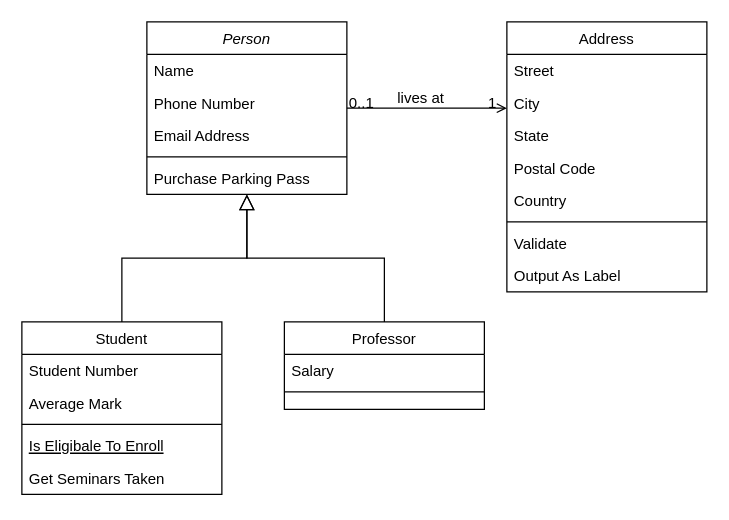
The draw.io diagram Untitled Diagram.drawio in nus-cs2113-AY2021S1/tp, before the edit. Source tidied: cells renumbered, new cells numbered last; positions are measured from the earlier drawing's top-left corner, leaving out a move shared by most shapes. Both pictures are drawn from the tidied source at 125%, with x=0, y=0 at pixel (21, 21).
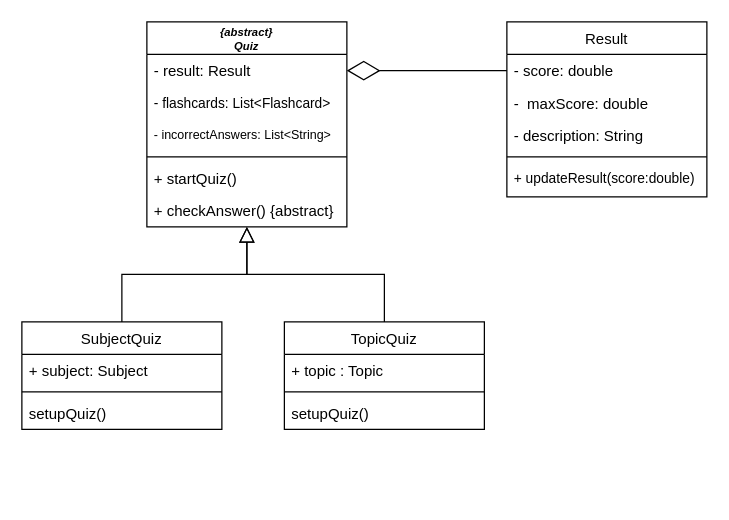
The same page after the edit.

What changed in the source:
```diff
@@
-    <mxCell id="2" value="Person" style="swimlane;fontStyle=2;align=center;verticalAlign=top;horizontal=1;startSize=26;rounded=0;shadow=0;strokeWidth=1;" parent="1" vertex="1">
-      <mxGeometry x="100" width="160" height="138" as="geometry" />
+    <mxCell id="2" value="{abstract}&#10;Quiz" style="swimlane;fontStyle=3;align=center;verticalAlign=top;horizontal=1;startSize=26;rounded=0;shadow=0;strokeWidth=1;fillColor=none;fontSize=9;whiteSpace=wrap;spacing=-1;" parent="1" vertex="1">
+      <mxGeometry x="100" width="160" height="164" as="geometry" />
     </mxCell>
-    <mxCell id="3" value="Name" style="text;align=left;verticalAlign=top;spacingLeft=4;spacingRight=4;overflow=hidden;points=[[0,0.5],[1,0.5]];portConstraint=eastwest;" parent="2" vertex="1">
+    <mxCell id="3" value="- result: Result" style="text;align=left;verticalAlign=top;spacingLeft=4;spacingRight=4;overflow=hidden;points=[[0,0.5],[1,0.5]];portConstraint=eastwest;" parent="2" vertex="1">
       <mxGeometry y="26" width="160" height="26" as="geometry" />
     </mxCell>
-    <mxCell id="4" value="Phone Number" style="text;align=left;verticalAlign=top;spacingLeft=4;spacingRight=4;overflow=hidden;rounded=0;shadow=0;html=0;" parent="2" vertex="1">
+    <mxCell id="4" value="- flashcards: List&lt;Flashcard&gt;" style="text;align=left;verticalAlign=top;spacingLeft=4;spacingRight=4;overflow=hidden;rounded=0;shadow=0;html=0;fontSize=11;" parent="2" vertex="1">
       <mxGeometry y="52" width="160" height="26" as="geometry" />
     </mxCell>
-    <mxCell id="5" value="Email Address" style="text;align=left;verticalAlign=top;spacingLeft=4;spacingRight=4;overflow=hidden;rounded=0;shadow=0;html=0;" parent="2" vertex="1">
+    <mxCell id="5" value="- incorrectAnswers: List&lt;String&gt;" style="text;align=left;verticalAlign=top;spacingLeft=4;spacingRight=4;overflow=hidden;rounded=0;shadow=0;html=0;fontSize=10;" parent="2" vertex="1">
       <mxGeometry y="78" width="160" height="26" as="geometry" />
     </mxCell>
@@
-    <mxCell id="7" value="Purchase Parking Pass" style="text;align=left;verticalAlign=top;spacingLeft=4;spacingRight=4;overflow=hidden;" parent="2" vertex="1">
+    <mxCell id="7" value="+ startQuiz()&#10;" style="text;align=left;verticalAlign=top;spacingLeft=4;spacingRight=4;overflow=hidden;" parent="2" vertex="1">
       <mxGeometry y="112" width="160" height="26" as="geometry" />
     </mxCell>
+    <mxCell id="32" value="+ checkAnswer() {abstract}&#10;" style="text;align=left;verticalAlign=top;spacingLeft=4;spacingRight=4;overflow=hidden;" parent="2" vertex="1">
+      <mxGeometry y="138" width="160" height="26" as="geometry" />
+    </mxCell>
-    <mxCell id="8" value="Student" style="swimlane;fontStyle=0;align=center;verticalAlign=top;horizontal=1;startSize=26;rounded=0;shadow=0;strokeWidth=1;" parent="1" vertex="1">
-      <mxGeometry y="240" width="160" height="138" as="geometry" />
+    <mxCell id="8" value="SubjectQuiz" style="swimlane;fontStyle=0;align=center;verticalAlign=top;horizontal=1;startSize=26;rounded=0;shadow=0;strokeWidth=1;" parent="1" vertex="1">
+      <mxGeometry y="240" width="160" height="86" as="geometry" />
     </mxCell>
-    <mxCell id="9" value="Student Number" style="text;align=left;verticalAlign=top;spacingLeft=4;spacingRight=4;overflow=hidden;" parent="8" vertex="1">
+    <mxCell id="9" value="+ subject: Subject" style="text;align=left;verticalAlign=top;spacingLeft=4;spacingRight=4;overflow=hidden;" parent="8" vertex="1">
       <mxGeometry y="26" width="160" height="26" as="geometry" />
     </mxCell>
-    <mxCell id="10" value="Average Mark" style="text;align=left;verticalAlign=top;spacingLeft=4;spacingRight=4;overflow=hidden;rounded=0;shadow=0;html=0;" parent="8" vertex="1">
-      <mxGeometry y="52" width="160" height="26" as="geometry" />
-    </mxCell>
     <mxCell id="11" style="line;html=1;strokeWidth=1;align=left;verticalAlign=middle;spacingTop=-1;spacingLeft=3;spacingRight=3;labelPosition=right;" parent="8" vertex="1">
-      <mxGeometry y="78" width="160" height="8" as="geometry" />
+      <mxGeometry y="52" width="160" height="8" as="geometry" />
     </mxCell>
-    <mxCell id="12" value="Is Eligibale To Enroll" style="text;align=left;verticalAlign=top;spacingLeft=4;spacingRight=4;overflow=hidden;fontStyle=4;" parent="8" vertex="1">
-      <mxGeometry y="86" width="160" height="26" as="geometry" />
-    </mxCell>
-    <mxCell id="13" value="Get Seminars Taken" style="text;align=left;verticalAlign=top;spacingLeft=4;spacingRight=4;overflow=hidden;" parent="8" vertex="1">
-      <mxGeometry y="112" width="160" height="26" as="geometry" />
+    <mxCell id="13" value="setupQuiz()" style="text;align=left;verticalAlign=top;spacingLeft=4;spacingRight=4;overflow=hidden;" parent="8" vertex="1">
+      <mxGeometry y="60" width="160" height="26" as="geometry" />
     </mxCell>
@@
-    <mxCell id="15" value="Professor" style="swimlane;fontStyle=0;align=center;verticalAlign=top;horizontal=1;startSize=26;rounded=0;shadow=0;strokeWidth=1;" parent="1" vertex="1">
-      <mxGeometry x="210" y="240" width="160" height="70" as="geometry" />
-    </mxCell>
-    <mxCell id="16" value="Salary" style="text;align=left;verticalAlign=top;spacingLeft=4;spacingRight=4;overflow=hidden;" parent="15" vertex="1">
-      <mxGeometry y="26" width="160" height="26" as="geometry" />
-    </mxCell>
-    <mxCell id="17" style="line;html=1;strokeWidth=1;align=left;verticalAlign=middle;spacingTop=-1;spacingLeft=3;spacingRight=3;labelPosition=right;" parent="15" vertex="1">
-      <mxGeometry y="52" width="160" height="8" as="geometry" />
-    </mxCell>
-    <mxCell id="18" style="endArrow=block;endSize=10;endFill=0;shadow=0;strokeWidth=1;rounded=0;edgeStyle=elbowEdgeStyle;elbow=vertical;" parent="1" edge="1" source="15" target="2">
+    <mxCell id="18" style="endArrow=block;endSize=10;endFill=0;shadow=0;strokeWidth=1;rounded=0;edgeStyle=elbowEdgeStyle;elbow=vertical;exitX=0.5;exitY=0;exitDx=0;exitDy=0;" parent="1" edge="1" source="33" target="2">
       <mxGeometry relative="1" as="geometry" />
     </mxCell>
-    <mxCell id="19" value="Address" style="swimlane;fontStyle=0;align=center;verticalAlign=top;horizontal=1;startSize=26;rounded=0;shadow=0;strokeWidth=1;" parent="1" vertex="1">
-      <mxGeometry x="388" width="160" height="216" as="geometry" />
+    <mxCell id="19" value="Result" style="swimlane;fontStyle=0;align=center;verticalAlign=top;horizontal=1;startSize=26;rounded=0;shadow=0;strokeWidth=1;" parent="1" vertex="1">
+      <mxGeometry x="388" width="160" height="140" as="geometry" />
     </mxCell>
-    <mxCell id="20" value="Street" style="text;align=left;verticalAlign=top;spacingLeft=4;spacingRight=4;overflow=hidden;points=[[0,0.5],[1,0.5]];portConstraint=eastwest;" parent="19" vertex="1">
+    <mxCell id="20" value="- score: double" style="text;align=left;verticalAlign=top;spacingLeft=4;spacingRight=4;overflow=hidden;points=[[0,0.5],[1,0.5]];portConstraint=eastwest;" parent="19" vertex="1">
       <mxGeometry y="26" width="160" height="26" as="geometry" />
     </mxCell>
-    <mxCell id="21" value="City" style="text;align=left;verticalAlign=top;spacingLeft=4;spacingRight=4;overflow=hidden;rounded=0;shadow=0;html=0;" parent="19" vertex="1">
+    <mxCell id="21" value="-  maxScore: double" style="text;align=left;verticalAlign=top;spacingLeft=4;spacingRight=4;overflow=hidden;rounded=0;shadow=0;html=0;" parent="19" vertex="1">
       <mxGeometry y="52" width="160" height="26" as="geometry" />
     </mxCell>
-    <mxCell id="22" value="State" style="text;align=left;verticalAlign=top;spacingLeft=4;spacingRight=4;overflow=hidden;rounded=0;shadow=0;html=0;" parent="19" vertex="1">
+    <mxCell id="22" value="- description: String" style="text;align=left;verticalAlign=top;spacingLeft=4;spacingRight=4;overflow=hidden;rounded=0;shadow=0;html=0;" parent="19" vertex="1">
       <mxGeometry y="78" width="160" height="26" as="geometry" />
     </mxCell>
-    <mxCell id="23" value="Postal Code" style="text;align=left;verticalAlign=top;spacingLeft=4;spacingRight=4;overflow=hidden;rounded=0;shadow=0;html=0;" parent="19" vertex="1">
-      <mxGeometry y="104" width="160" height="26" as="geometry" />
-    </mxCell>
-    <mxCell id="24" value="Country" style="text;align=left;verticalAlign=top;spacingLeft=4;spacingRight=4;overflow=hidden;rounded=0;shadow=0;html=0;" parent="19" vertex="1">
-      <mxGeometry y="130" width="160" height="26" as="geometry" />
-    </mxCell>
     <mxCell id="25" style="line;html=1;strokeWidth=1;align=left;verticalAlign=middle;spacingTop=-1;spacingLeft=3;spacingRight=3;labelPosition=right;" parent="19" vertex="1">
-      <mxGeometry y="156" width="160" height="8" as="geometry" />
+      <mxGeometry y="104" width="160" height="8" as="geometry" />
     </mxCell>
-    <mxCell id="26" value="Validate" style="text;align=left;verticalAlign=top;spacingLeft=4;spacingRight=4;overflow=hidden;" parent="19" vertex="1">
-      <mxGeometry y="164" width="160" height="26" as="geometry" />
+    <mxCell id="26" value="+ updateResult(score:double)" style="text;align=left;verticalAlign=top;spacingLeft=4;spacingRight=4;overflow=hidden;fontSize=11;" parent="19" vertex="1">
+      <mxGeometry y="112" width="160" height="26" as="geometry" />
     </mxCell>
-    <mxCell id="27" value="Output As Label" style="text;align=left;verticalAlign=top;spacingLeft=4;spacingRight=4;overflow=hidden;" parent="19" vertex="1">
-      <mxGeometry y="190" width="160" height="26" as="geometry" />
-    </mxCell>
-    <mxCell id="28" style="endArrow=open;shadow=0;strokeWidth=1;rounded=0;endFill=1;edgeStyle=elbowEdgeStyle;elbow=vertical;" parent="1" edge="1" source="2" target="19">
-      <mxGeometry x="0.5" y="41" relative="1" as="geometry">
-        <mxPoint x="-40" y="32" as="offset" />
-      </mxGeometry>
-    </mxCell>
-    <mxCell id="29" value="0..1" style="align=left;verticalAlign=bottom;labelBackgroundColor=none;fontSize=12;" parent="28" vertex="1">
-      <mxGeometry x="-1" relative="1" as="geometry">
-        <mxPoint y="4" as="offset" />
-      </mxGeometry>
-    </mxCell>
-    <mxCell id="30" value="1" style="align=right;verticalAlign=bottom;labelBackgroundColor=none;fontSize=12;" parent="28" vertex="1">
-      <mxGeometry x="1" relative="1" as="geometry">
-        <mxPoint x="-7" y="4" as="offset" />
-      </mxGeometry>
-    </mxCell>
-    <mxCell id="31" value="lives at" style="text;html=1;align=center;verticalAlign=middle;labelBackgroundColor=none;rounded=0;shadow=0;strokeWidth=1;fontSize=12;" parent="28" vertex="1">
-      <mxGeometry x="0.5" y="49" relative="1" as="geometry">
-        <mxPoint x="-38" y="40" as="offset" />
-      </mxGeometry>
-    </mxCell>
+    <mxCell id="33" value="TopicQuiz" style="swimlane;fontStyle=0;align=center;verticalAlign=top;horizontal=1;startSize=26;rounded=0;shadow=0;strokeWidth=1;" parent="1" vertex="1">
+      <mxGeometry x="210" y="240" width="160" height="86" as="geometry" />
+    </mxCell>
+    <mxCell id="34" value="+ topic : Topic" style="text;align=left;verticalAlign=top;spacingLeft=4;spacingRight=4;overflow=hidden;" parent="33" vertex="1">
+      <mxGeometry y="26" width="160" height="26" as="geometry" />
+    </mxCell>
+    <mxCell id="17" style="line;html=1;strokeWidth=1;align=left;verticalAlign=middle;spacingTop=-1;spacingLeft=3;spacingRight=3;labelPosition=right;" parent="33" vertex="1">
+      <mxGeometry y="52" width="160" height="8" as="geometry" />
+    </mxCell>
+    <mxCell id="35" value="setupQuiz()" style="text;align=left;verticalAlign=top;spacingLeft=4;spacingRight=4;overflow=hidden;" parent="33" vertex="1">
+      <mxGeometry y="60" width="160" height="26" as="geometry" />
+    </mxCell>
+    <mxCell id="36" style="endArrow=diamondThin;endFill=0;endSize=24;html=1;fontSize=11;entryX=1;entryY=0.5;entryDx=0;entryDy=0;exitX=0;exitY=0.5;exitDx=0;exitDy=0;" parent="1" edge="1" source="20" target="3">
+      <mxGeometry relative="1" as="geometry" />
+    </mxCell>
```
